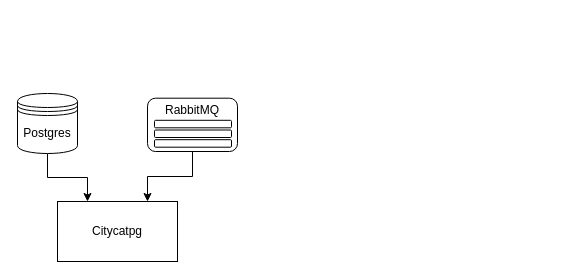
This is docs/network-diagram.drawio from fmcclean/citycatpg, a draw.io file, before an edit. Source tidied: cells renumbered, new cells numbered last; positions are measured from the earlier drawing's top-left corner, leaving out a move shared by most shapes. Both pictures are drawn from the tidied source at 100%, with x=0, y=0 at pixel (17, 87).
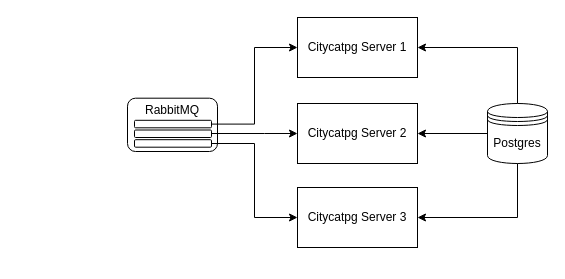
Above is the later version.

Change to the diagram source:
```diff
@@
 <mxGraphModel>
   <root>
     <mxCell id="0" />
     <mxCell id="1" parent="0" />
-    <mxCell id="2" style="edgeStyle=orthogonalEdgeStyle;rounded=0;jettySize=auto;html=1;entryX=0.25;entryY=0;entryDx=0;entryDy=0;" parent="1" edge="1" source="3" target="9">
-      <mxGeometry relative="1" as="geometry" />
-    </mxCell>
     <mxCell id="3" value="Postgres" style="shape=datastore;whiteSpace=wrap;html=1;" parent="1" vertex="1">
-      <mxGeometry y="6" width="60" height="60" as="geometry" />
+      <mxGeometry x="470" y="16" width="60" height="60" as="geometry" />
     </mxCell>
     <mxCell id="4" style="group;" parent="1" vertex="1">
-      <mxGeometry x="130" width="90" height="64" as="geometry" />
+      <mxGeometry x="110" width="90" height="64" as="geometry" />
     </mxCell>
     <mxCell id="5" value="RabbitMQ&lt;br&gt;&amp;nbsp;&lt;br&gt;&amp;nbsp;" style="rounded=1;whiteSpace=wrap;html=1;" parent="4" vertex="1">
       <mxGeometry y="10.7" width="90" height="53.3" as="geometry" />
     </mxCell>
     <mxCell id="6" style="rounded=1;whiteSpace=wrap;html=1;" parent="4" vertex="1">
       <mxGeometry x="7" y="32.8" width="77" height="7.5" as="geometry" />
     </mxCell>
     <mxCell id="7" style="rounded=1;whiteSpace=wrap;html=1;" parent="4" vertex="1">
       <mxGeometry x="7" y="42.5" width="77" height="7.5" as="geometry" />
     </mxCell>
     <mxCell id="8" style="rounded=1;whiteSpace=wrap;html=1;" parent="4" vertex="1">
       <mxGeometry x="7" y="52.2" width="77" height="7.5" as="geometry" />
     </mxCell>
+    <mxCell id="11" style="edgeStyle=orthogonalEdgeStyle;rounded=0;comic=0;jettySize=auto;html=1;startArrow=classic;startFill=1;endArrow=none;endFill=0;" parent="1" edge="1" source="9" target="3">
+      <mxGeometry relative="1" as="geometry" />
+    </mxCell>
-    <mxCell id="9" value="Citycatpg" style="rounded=0;whiteSpace=wrap;html=1;" parent="1" vertex="1">
-      <mxGeometry x="40" y="114" width="120" height="60" as="geometry" />
+    <mxCell id="9" value="Citycatpg Server 1" style="rounded=0;whiteSpace=wrap;html=1;" parent="1" vertex="1">
+      <mxGeometry x="280" y="-70" width="120" height="60" as="geometry" />
     </mxCell>
-    <mxCell id="10" style="edgeStyle=orthogonalEdgeStyle;rounded=0;jettySize=auto;html=1;entryX=0.75;entryY=0;entryDx=0;entryDy=0;" parent="1" edge="1" source="5" target="9">
-      <mxGeometry relative="1" as="geometry" />
-    </mxCell>
+    <mxCell id="12" style="edgeStyle=orthogonalEdgeStyle;rounded=0;comic=0;jettySize=auto;html=1;startArrow=classic;startFill=1;endArrow=none;endFill=0;" parent="1" edge="1" source="13" target="3">
+      <mxGeometry relative="1" as="geometry" />
+    </mxCell>
+    <mxCell id="13" value="Citycatpg Server 2" style="rounded=0;whiteSpace=wrap;html=1;" parent="1" vertex="1">
+      <mxGeometry x="280" y="16" width="120" height="60" as="geometry" />
+    </mxCell>
+    <mxCell id="14" style="edgeStyle=orthogonalEdgeStyle;rounded=0;comic=0;jettySize=auto;html=1;startArrow=classic;startFill=1;endArrow=none;endFill=0;" parent="1" edge="1" source="15" target="3">
+      <mxGeometry relative="1" as="geometry" />
+    </mxCell>
+    <mxCell id="15" value="Citycatpg Server 3" style="rounded=0;whiteSpace=wrap;html=1;" parent="1" vertex="1">
+      <mxGeometry x="280" y="100" width="120" height="60" as="geometry" />
+    </mxCell>
+    <mxCell id="16" style="edgeStyle=orthogonalEdgeStyle;rounded=0;comic=0;jettySize=auto;html=1;entryX=0;entryY=0.5;entryDx=0;entryDy=0;startArrow=none;startFill=0;endArrow=classic;endFill=1;" parent="1" edge="1" source="6" target="9">
+      <mxGeometry relative="1" as="geometry" />
+    </mxCell>
+    <mxCell id="17" style="edgeStyle=orthogonalEdgeStyle;rounded=0;comic=0;jettySize=auto;html=1;entryX=0;entryY=0.5;entryDx=0;entryDy=0;startArrow=none;startFill=0;endArrow=classic;endFill=1;" parent="1" edge="1" source="8" target="15">
+      <mxGeometry relative="1" as="geometry" />
+    </mxCell>
+    <mxCell id="18" style="edgeStyle=orthogonalEdgeStyle;rounded=0;comic=0;jettySize=auto;html=1;startArrow=none;startFill=0;endArrow=classic;endFill=1;" parent="1" edge="1" source="7">
+      <mxGeometry relative="1" as="geometry">
+        <mxPoint x="280" y="46" as="targetPoint" />
+        <Array as="points">
+          <mxPoint x="247" y="46" />
+        </Array>
+      </mxGeometry>
+    </mxCell>
   </root>
 </mxGraphModel>
```
